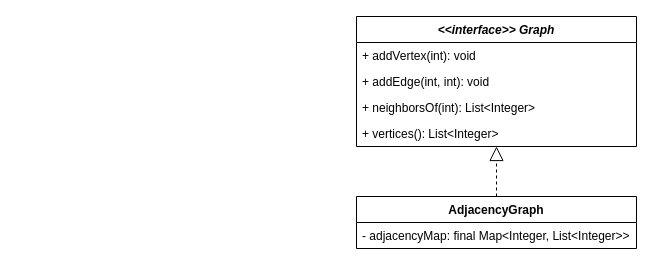
Before: docs/graph.drawio in mgmu/jraf, a draw.io diagram. Source tidied: cells renumbered, new cells numbered last; positions are measured from the earlier drawing's top-left corner, leaving out a move shared by most shapes. Both pictures are drawn from the tidied source at 100%, with x=0, y=0 at pixel (356, 16).
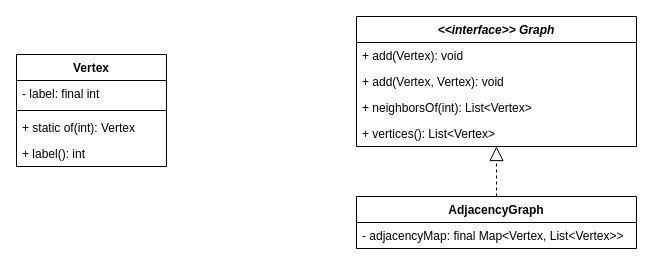
The same page after the edit.

Commit message:
Added Vertex type

Diff of the diagram source:
```diff
@@
 <mxGraphModel>
   <root>
     <mxCell id="0" />
     <mxCell id="1" parent="0" />
     <mxCell id="2" value="&lt;&lt;interface&gt;&gt; Graph" style="swimlane;fontStyle=3;align=center;verticalAlign=top;horizontal=1;startSize=26;" parent="1" vertex="1">
       <mxGeometry width="280" height="130" as="geometry" />
     </mxCell>
-    <mxCell id="3" value="+ addVertex(int): void" style="text;strokeColor=none;fillColor=none;align=left;verticalAlign=top;spacingLeft=4;spacingRight=4;overflow=hidden;" parent="2" vertex="1">
+    <mxCell id="3" value="+ add(Vertex): void" style="text;strokeColor=none;fillColor=none;align=left;verticalAlign=top;spacingLeft=4;spacingRight=4;overflow=hidden;" parent="2" vertex="1">
       <mxGeometry y="26" width="280" height="26" as="geometry" />
     </mxCell>
-    <mxCell id="4" value="+ addEdge(int, int): void" style="text;strokeColor=none;fillColor=none;align=left;verticalAlign=top;spacingLeft=4;spacingRight=4;overflow=hidden;" parent="2" vertex="1">
+    <mxCell id="4" value="+ add(Vertex, Vertex): void" style="text;strokeColor=none;fillColor=none;align=left;verticalAlign=top;spacingLeft=4;spacingRight=4;overflow=hidden;" parent="2" vertex="1">
       <mxGeometry y="52" width="280" height="26" as="geometry" />
     </mxCell>
-    <mxCell id="5" value="+ neighborsOf(int): List&lt;Integer&gt;" style="text;strokeColor=none;fillColor=none;align=left;verticalAlign=top;spacingLeft=4;spacingRight=4;overflow=hidden;" parent="2" vertex="1">
+    <mxCell id="5" value="+ neighborsOf(int): List&lt;Vertex&gt;" style="text;strokeColor=none;fillColor=none;align=left;verticalAlign=top;spacingLeft=4;spacingRight=4;overflow=hidden;" parent="2" vertex="1">
       <mxGeometry y="78" width="280" height="26" as="geometry" />
     </mxCell>
-    <mxCell id="6" value="+ vertices(): List&lt;Integer&gt;" style="text;strokeColor=none;fillColor=none;align=left;verticalAlign=top;spacingLeft=4;spacingRight=4;overflow=hidden;" parent="2" vertex="1">
+    <mxCell id="6" value="+ vertices(): List&lt;Vertex&gt;" style="text;strokeColor=none;fillColor=none;align=left;verticalAlign=top;spacingLeft=4;spacingRight=4;overflow=hidden;" parent="2" vertex="1">
       <mxGeometry y="104" width="280" height="26" as="geometry" />
     </mxCell>
     <mxCell id="7" value="AdjacencyGraph" style="swimlane;fontStyle=1;align=center;verticalAlign=top;horizontal=1;startSize=26;" parent="1" vertex="1">
       <mxGeometry y="180" width="280" height="52" as="geometry" />
     </mxCell>
-    <mxCell id="8" value="- adjacencyMap: final Map&lt;Integer, List&lt;Integer&gt;&gt;" style="text;strokeColor=none;fillColor=none;align=left;verticalAlign=top;spacingLeft=4;spacingRight=4;overflow=hidden;" parent="7" vertex="1">
+    <mxCell id="8" value="- adjacencyMap: final Map&lt;Vertex, List&lt;Vertex&gt;&gt;" style="text;strokeColor=none;fillColor=none;align=left;verticalAlign=top;spacingLeft=4;spacingRight=4;overflow=hidden;" parent="7" vertex="1">
       <mxGeometry y="26" width="280" height="26" as="geometry" />
     </mxCell>
     <mxCell id="9" style="endArrow=block;dashed=1;endFill=0;endSize=12;html=1;rounded=0;" parent="1" edge="1" source="7" target="2">
       <mxGeometry relative="1" as="geometry" />
     </mxCell>
+    <mxCell id="10" value="Vertex" style="swimlane;fontStyle=1;align=center;verticalAlign=top;horizontal=1;startSize=26;" parent="1" vertex="1">
+      <mxGeometry x="-340" y="38" width="150" height="112" as="geometry" />
+    </mxCell>
+    <mxCell id="11" value="- label: final int" style="text;strokeColor=none;fillColor=none;align=left;verticalAlign=top;spacingLeft=4;spacingRight=4;overflow=hidden;" parent="10" vertex="1">
+      <mxGeometry y="26" width="150" height="26" as="geometry" />
+    </mxCell>
+    <mxCell id="12" style="line;strokeWidth=1;fillColor=none;align=left;verticalAlign=middle;spacingTop=-1;spacingLeft=3;spacingRight=3;labelPosition=right;strokeColor=inherit;" parent="10" vertex="1">
+      <mxGeometry y="52" width="150" height="8" as="geometry" />
+    </mxCell>
+    <mxCell id="13" value="+ static of(int): Vertex" style="text;strokeColor=none;fillColor=none;align=left;verticalAlign=top;spacingLeft=4;spacingRight=4;overflow=hidden;" parent="10" vertex="1">
+      <mxGeometry y="60" width="150" height="26" as="geometry" />
+    </mxCell>
+    <mxCell id="14" value="+ label(): int" style="text;strokeColor=none;fillColor=none;align=left;verticalAlign=top;spacingLeft=4;spacingRight=4;overflow=hidden;" parent="10" vertex="1">
+      <mxGeometry y="86" width="150" height="26" as="geometry" />
+    </mxCell>
   </root>
 </mxGraphModel>
```
